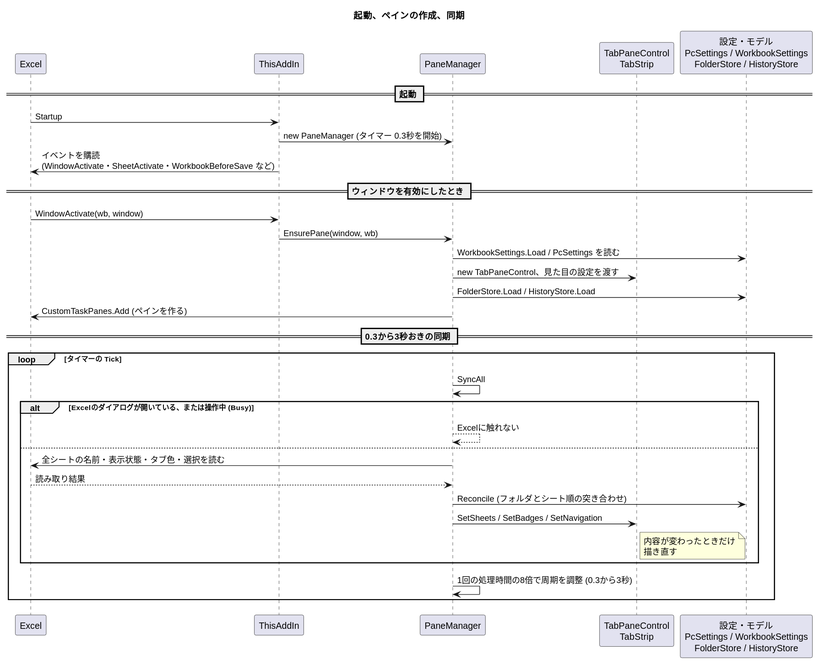
nk-taka623/VerticalSheetTabs keeps this PlantUML diagram as docs/sequence-startup.svg. Above is the earlier version.
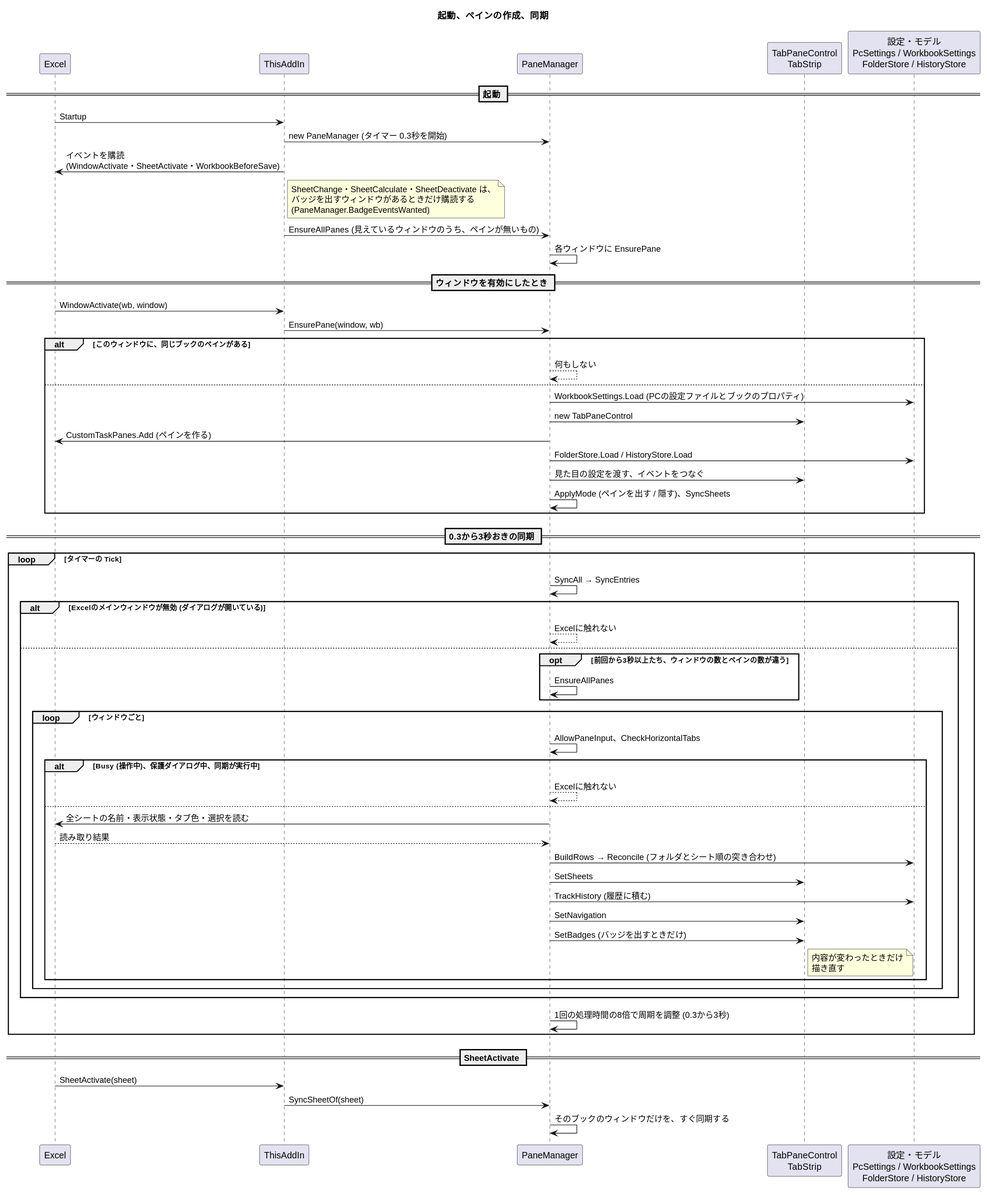
Above is the later version.

The edit, as a diff of the source:
```diff
@@ -12,28 +12,55 @@
 == 起動 ==
 XL -> T : Startup
 T -> P : new PaneManager (タイマー 0.3秒を開始)
-T -> XL : イベントを購読\n(WindowActivate・SheetActivate・WorkbookBeforeSave など)
+T -> XL : イベントを購読\n(WindowActivate・SheetActivate・WorkbookBeforeSave)
+note right of T : SheetChange・SheetCalculate・SheetDeactivate は、\nバッジを出すウィンドウがあるときだけ購読する\n(PaneManager.BadgeEventsWanted)
+T -> P : EnsureAllPanes (見えているウィンドウのうち、ペインが無いもの)
+P -> P : 各ウィンドウに EnsurePane
 
 == ウィンドウを有効にしたとき ==
 XL -> T : WindowActivate(wb, window)
 T -> P : EnsurePane(window, wb)
-P -> M : WorkbookSettings.Load / PcSettings を読む
-P -> C : new TabPaneControl、見た目の設定を渡す
-P -> M : FolderStore.Load / HistoryStore.Load
-P -> XL : CustomTaskPanes.Add (ペインを作る)
+alt このウィンドウに、同じブックのペインがある
+  P --> P : 何もしない
+else
+  P -> M : WorkbookSettings.Load (PCの設定ファイルとブックのプロパティ)
+  P -> C : new TabPaneControl
+  P -> XL : CustomTaskPanes.Add (ペインを作る)
+  P -> M : FolderStore.Load / HistoryStore.Load
+  P -> C : 見た目の設定を渡す、イベントをつなぐ
+  P -> P : ApplyMode (ペインを出す / 隠す)、SyncSheets
+end
 
 == 0.3から3秒おきの同期 ==
 loop タイマーの Tick
-  P -> P : SyncAll
-  alt Excelのダイアログが開いている、または操作中 (Busy)
+  P -> P : SyncAll → SyncEntries
+  alt Excelのメインウィンドウが無効 (ダイアログが開いている)
     P --> P : Excelに触れない
   else
-    P -> XL : 全シートの名前・表示状態・タブ色・選択を読む
-    XL --> P : 読み取り結果
-    P -> M : Reconcile (フォルダとシート順の突き合わせ)
-    P -> C : SetSheets / SetBadges / SetNavigation
-    note right of C : 内容が変わったときだけ\n描き直す
+    opt 前回から3秒以上たち、ウィンドウの数とペインの数が違う
+      P -> P : EnsureAllPanes
+    end
+    loop ウィンドウごと
+      P -> P : AllowPaneInput、CheckHorizontalTabs
+      alt Busy (操作中)、保護ダイアログ中、同期が実行中
+        P --> P : Excelに触れない
+      else
+        P -> XL : 全シートの名前・表示状態・タブ色・選択を読む
+        XL --> P : 読み取り結果
+        P -> M : BuildRows → Reconcile (フォルダとシート順の突き合わせ)
+        P -> C : SetSheets
+        P -> M : TrackHistory (履歴に積む)
+        P -> C : SetNavigation
+        P -> C : SetBadges (バッジを出すときだけ)
+        note right of C : 内容が変わったときだけ\n描き直す
+      end
+    end
   end
   P -> P : 1回の処理時間の8倍で周期を調整 (0.3から3秒)
 end
+
+== SheetActivate ==
+XL -> T : SheetActivate(sheet)
+T -> P : SyncSheetOf(sheet)
+P -> P : そのブックのウィンドウだけを、すぐ同期する
 @enduml
```
